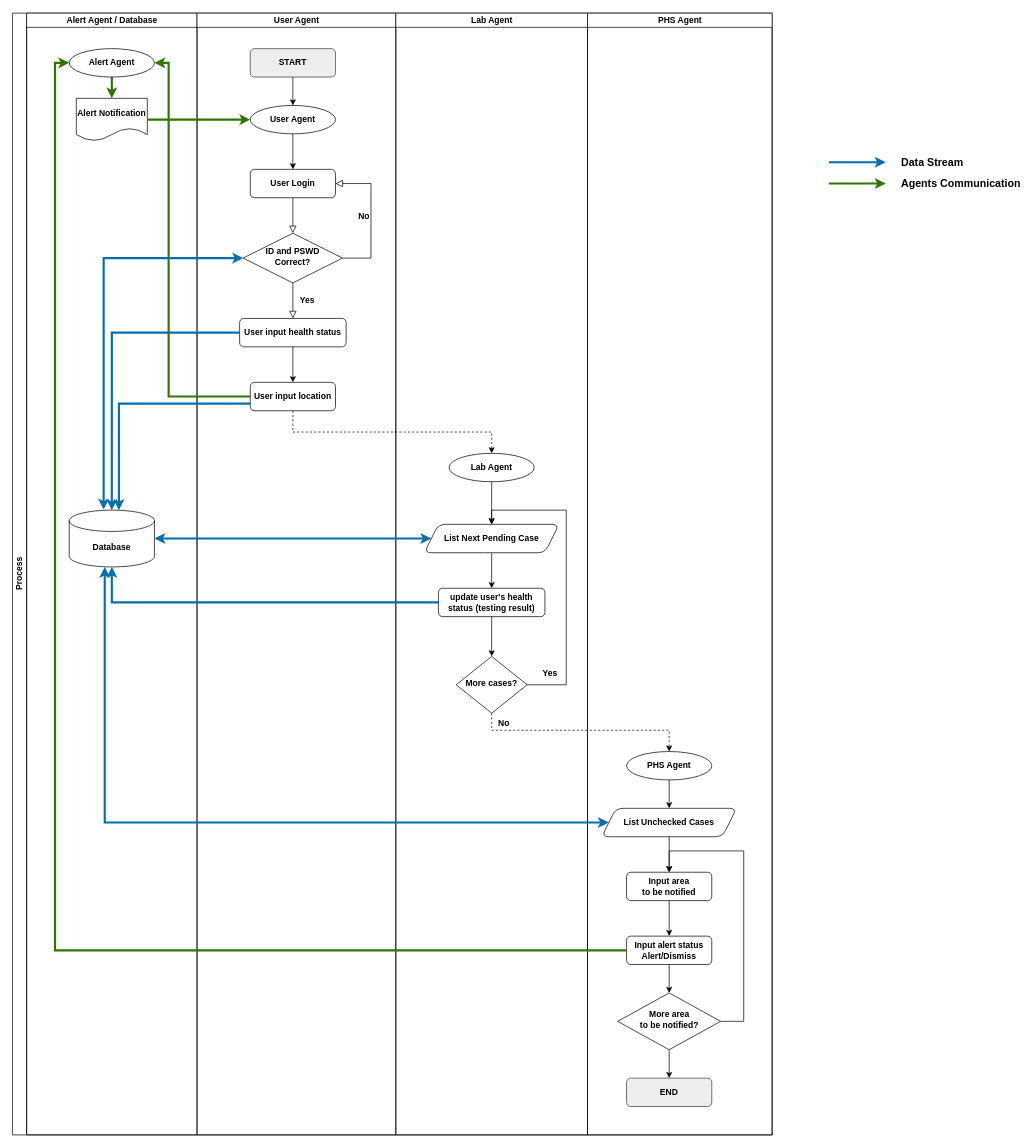
AceOfSpadeszzz/SENG696 keeps this draw.io diagram as Program Running.drawio. Above is the earlier version. Source tidied: cells renumbered, new cells numbered last; positions are measured from the earlier drawing's top-left corner, leaving out a move shared by most shapes. Both pictures are drawn from the tidied source at 71%, with x=0, y=0 at pixel (12, 13).
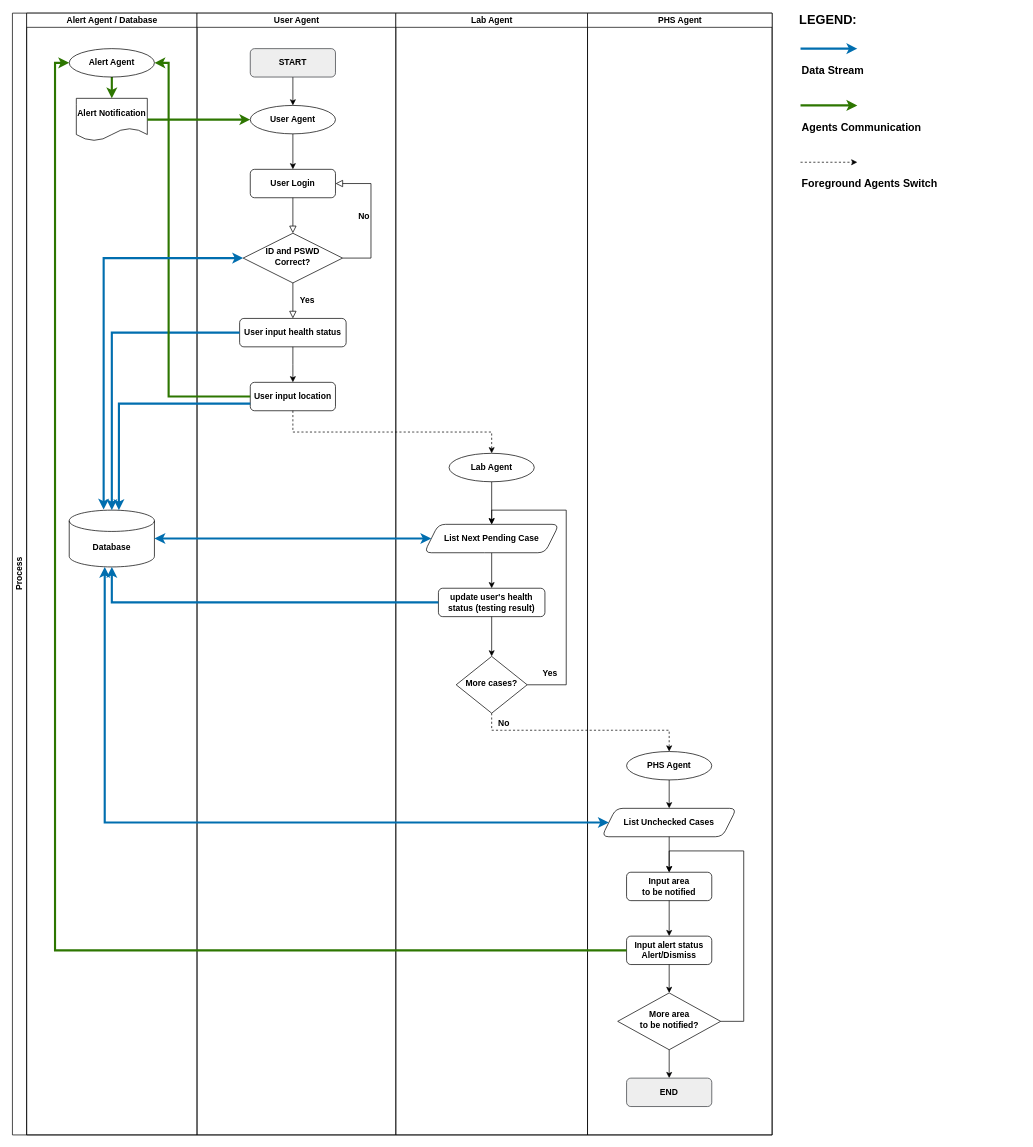
Above is the later version.

The edit, as a diff of the source:
```diff
@@
     <mxCell id="55" value="Data Stream" style="endArrow=classic;html=1;fillColor=#1ba1e2;strokeColor=#006EAF;align=left;fontSize=15;fontStyle=1;strokeWidth=3;" parent="1" edge="1">
-      <mxGeometry x="1" y="20" relative="1" as="geometry">
-        <mxPoint x="1150" y="210" as="sourcePoint" />
-        <mxPoint x="1230" y="210" as="targetPoint" />
-        <mxPoint x="20" y="20" as="offset" />
+      <mxGeometry x="-1" y="-30" relative="1" as="geometry">
+        <mxPoint x="1110" y="50" as="sourcePoint" />
+        <mxPoint x="1190" y="50" as="targetPoint" />
       </mxGeometry>
     </mxCell>
     <mxCell id="56" value="Agents Communication" style="endArrow=classic;html=1;fillColor=#60a917;strokeColor=#2D7600;align=left;fontSize=15;fontStyle=1;strokeWidth=3;" parent="1" edge="1">
-      <mxGeometry x="1" y="20" relative="1" as="geometry">
-        <mxPoint x="1150" y="240" as="sourcePoint" />
-        <mxPoint x="1230" y="240" as="targetPoint" />
-        <mxPoint x="20" y="20" as="offset" />
+      <mxGeometry x="-1" y="-30" relative="1" as="geometry">
+        <mxPoint x="1110" y="130" as="sourcePoint" />
+        <mxPoint x="1190" y="130" as="targetPoint" />
       </mxGeometry>
     </mxCell>
+    <mxCell id="57" value="&lt;b&gt;&lt;font style=&quot;font-size: 18px&quot;&gt;LEGEND:&lt;/font&gt;&lt;/b&gt;" style="text;html=1;strokeColor=none;fillColor=none;align=center;verticalAlign=middle;whiteSpace=wrap;rounded=0;fontSize=12;" parent="1" vertex="1">
+      <mxGeometry x="1129" width="40" height="20" as="geometry" />
+    </mxCell>
+    <mxCell id="58" value="Foreground Agents Switch" style="endArrow=classic;html=1;strokeColor=#000000;align=left;fontSize=15;fontStyle=1;rounded=0;dashed=1;" parent="1" edge="1">
+      <mxGeometry x="-1" y="-30" relative="1" as="geometry">
+        <mxPoint x="1110" y="210" as="sourcePoint" />
+        <mxPoint x="1190" y="210" as="targetPoint" />
+      </mxGeometry>
+    </mxCell>
```
